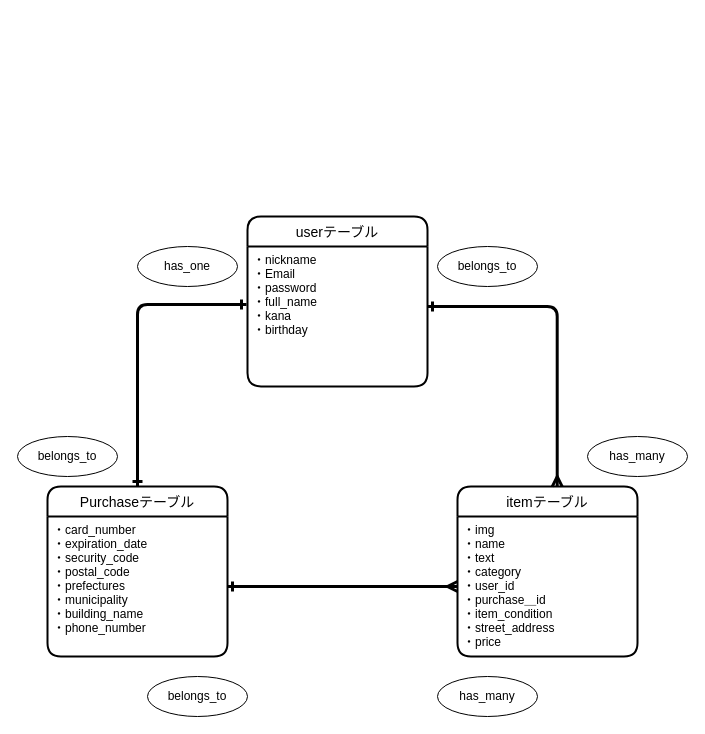
Above: app/controllers/test.dio in fisher1031/furima-34833 (draw.io), before the change. Source tidied: cells renumbered, new cells numbered last; positions are measured from the earlier drawing's top-left corner, leaving out a move shared by most shapes. Both pictures are drawn from the tidied source at 100%, with x=0, y=0 at pixel (17, 216).
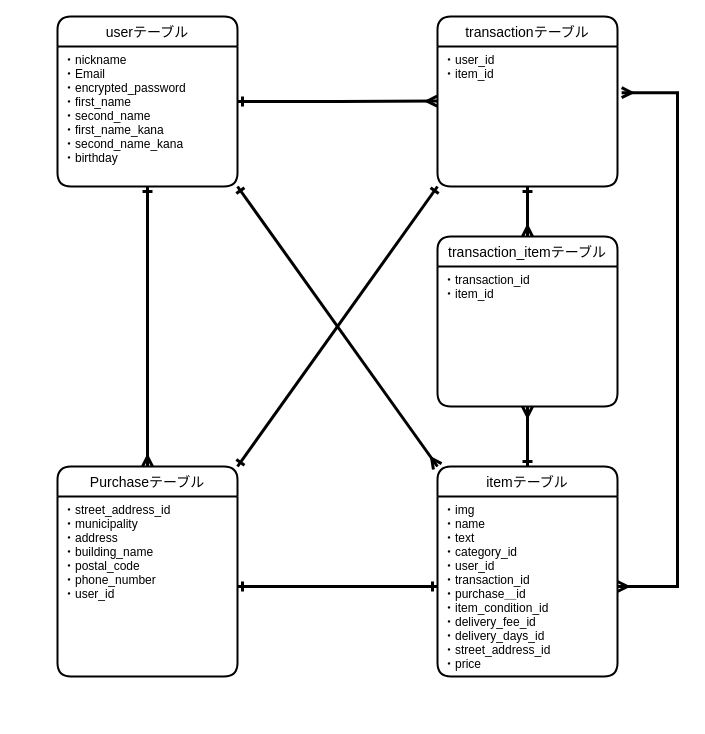
The same diagram, later.

Change to the diagram source:
```diff
@@
     <mxCell id="2" value="itemテーブル" style="swimlane;horizontal=1;startSize=30;rounded=1;fontSize=14;fontStyle=0;strokeWidth=2;shadow=0;dashed=0;align=center;" parent="1" vertex="1">
-      <mxGeometry x="440" y="270" width="180" height="170" as="geometry" />
+      <mxGeometry x="420" y="250" width="180" height="210" as="geometry" />
     </mxCell>
-    <mxCell id="3" value="・img&#10;・name&#10;・text&#10;・category&#10;・user_id&#10;・purchase＿id&#10;・item_condition&#10;・street_address&#10;・price" style="align=left;strokeColor=none;fillColor=none;spacingLeft=4;fontSize=12;verticalAlign=top;" parent="2" vertex="1">
-      <mxGeometry y="30" width="180" height="140" as="geometry" />
+    <mxCell id="3" value="・img&#10;・name&#10;・text&#10;・category_id&#10;・user_id&#10;・transaction_id&#10;・purchase＿id&#10;・item_condition_id&#10;・delivery_fee_id&#10;・delivery_days_id&#10;・street_address_id&#10;・price" style="align=left;strokeColor=none;fillColor=none;spacingLeft=4;fontSize=12;verticalAlign=top;" parent="2" vertex="1">
+      <mxGeometry y="30" width="180" height="180" as="geometry" />
     </mxCell>
-    <mxCell id="4" style="edgeStyle=orthogonalEdgeStyle;rounded=1;jumpSize=6;jettySize=auto;html=1;endArrow=ERone;endFill=0;strokeWidth=3;startArrow=ERone;startFill=0;" parent="1" edge="1" source="5">
-      <mxGeometry relative="1" as="geometry">
-        <mxPoint x="229" y="88" as="targetPoint" />
-        <Array as="points">
-          <mxPoint x="120" y="88" />
-        </Array>
-      </mxGeometry>
-    </mxCell>
+    <mxCell id="17" style="edgeStyle=none;rounded=0;jettySize=auto;html=1;exitX=1;exitY=0;exitDx=0;exitDy=0;entryX=0;entryY=1;entryDx=0;entryDy=0;startArrow=ERone;startFill=0;endArrow=ERone;endFill=0;strokeWidth=3;" parent="1" edge="1" source="5" target="8">
+      <mxGeometry relative="1" as="geometry" />
+    </mxCell>
     <mxCell id="5" value="Purchaseテーブル" style="swimlane;horizontal=1;startSize=30;rounded=1;fontSize=14;fontStyle=0;strokeWidth=2;shadow=0;dashed=0;align=center;" parent="1" vertex="1">
-      <mxGeometry x="30" y="270" width="180" height="170" as="geometry" />
+      <mxGeometry x="40" y="250" width="180" height="210" as="geometry" />
     </mxCell>
-    <mxCell id="6" value="・card_number&#10;・expiration_date&#10;・security_code&#10;・postal_code&#10;・prefectures&#10;・municipality&#10;・building_name&#10;・phone_number" style="align=left;strokeColor=none;fillColor=none;spacingLeft=4;fontSize=12;verticalAlign=top;" parent="5" vertex="1">
-      <mxGeometry y="30" width="180" height="140" as="geometry" />
+    <mxCell id="6" value="・street_address_id&#10;・municipality&#10;・address&#10;・building_name&#10;・postal_code &#10;・phone_number &#10;・user_id" style="align=left;strokeColor=none;fillColor=none;spacingLeft=4;fontSize=12;verticalAlign=top;" parent="5" vertex="1">
+      <mxGeometry y="30" width="180" height="180" as="geometry" />
     </mxCell>
-    <mxCell id="7" value="userテーブル" style="swimlane;horizontal=1;startSize=30;rounded=1;fontSize=14;fontStyle=0;strokeWidth=2;shadow=0;dashed=0;align=center;" parent="1" vertex="1">
-      <mxGeometry x="230" width="180" height="170" as="geometry" />
+    <mxCell id="7" value="transactionテーブル" style="swimlane;horizontal=1;startSize=30;rounded=1;fontSize=14;fontStyle=0;strokeWidth=2;shadow=0;dashed=0;align=center;" parent="1" vertex="1">
+      <mxGeometry x="420" y="-200" width="180" height="170" as="geometry" />
     </mxCell>
-    <mxCell id="8" value="・nickname&#10;・Email&#10;・password&#10;・full_name&#10;・kana&#10;・birthday" style="align=left;strokeColor=none;fillColor=none;spacingLeft=4;fontSize=12;verticalAlign=top;" parent="7" vertex="1">
+    <mxCell id="8" value="・user_id&#10;・item_id" style="align=left;strokeColor=none;fillColor=none;spacingLeft=4;fontSize=12;verticalAlign=top;" parent="7" vertex="1">
       <mxGeometry y="30" width="180" height="140" as="geometry" />
     </mxCell>
-    <mxCell id="9" style="edgeStyle=orthogonalEdgeStyle;rounded=1;jumpSize=6;jettySize=auto;html=1;endArrow=ERmany;endFill=0;strokeWidth=3;entryX=0.554;entryY=0.001;entryDx=0;entryDy=0;entryPerimeter=0;startArrow=ERone;startFill=0;" parent="1" edge="1" source="8" target="2">
-      <mxGeometry relative="1" as="geometry">
-        <Array as="points">
-          <mxPoint x="540" y="90" />
-        </Array>
-      </mxGeometry>
-    </mxCell>
-    <mxCell id="10" style="edgeStyle=orthogonalEdgeStyle;rounded=1;jumpSize=6;jettySize=auto;html=1;endArrow=ERmany;endFill=0;strokeWidth=3;entryX=0;entryY=0.5;entryDx=0;entryDy=0;startArrow=ERone;startFill=0;" parent="1" edge="1" source="6" target="3">
+    <mxCell id="10" style="edgeStyle=orthogonalEdgeStyle;rounded=1;jumpSize=6;jettySize=auto;html=1;endArrow=ERone;endFill=0;strokeWidth=3;entryX=0;entryY=0.5;entryDx=0;entryDy=0;startArrow=ERone;startFill=0;" parent="1" edge="1" source="6" target="3">
       <mxGeometry relative="1" as="geometry" />
     </mxCell>
+    <mxCell id="15" style="edgeStyle=orthogonalEdgeStyle;rounded=0;jettySize=auto;html=1;entryX=-0.002;entryY=0.39;entryDx=0;entryDy=0;entryPerimeter=0;strokeWidth=3;endArrow=ERmany;endFill=0;startArrow=ERone;startFill=0;" parent="1" edge="1" source="11" target="8">
+      <mxGeometry relative="1" as="geometry" />
+    </mxCell>
-    <mxCell id="11" value="has_one" style="ellipse;whiteSpace=wrap;html=1;align=center;" parent="1" vertex="1">
-      <mxGeometry x="120" y="30" width="100" height="40" as="geometry" />
+    <mxCell id="11" value="userテーブル" style="swimlane;horizontal=1;startSize=30;rounded=1;fontSize=14;fontStyle=0;strokeWidth=2;shadow=0;dashed=0;align=center;" parent="1" vertex="1">
+      <mxGeometry x="40" y="-200" width="180" height="170" as="geometry" />
     </mxCell>
-    <mxCell id="12" value="belongs_to" style="ellipse;whiteSpace=wrap;html=1;align=center;" parent="1" vertex="1">
-      <mxGeometry y="220" width="100" height="40" as="geometry" />
+    <mxCell id="12" value="・nickname&#10;・Email&#10;・encrypted_password&#10;・first_name&#10;・second_name&#10;・first_name_kana&#10;・second_name_kana&#10;・birthday" style="align=left;strokeColor=none;fillColor=none;spacingLeft=4;fontSize=12;verticalAlign=top;" parent="11" vertex="1">
+      <mxGeometry y="30" width="180" height="140" as="geometry" />
     </mxCell>
-    <mxCell id="13" value="belongs_to" style="ellipse;whiteSpace=wrap;html=1;align=center;" parent="1" vertex="1">
-      <mxGeometry x="130" y="460" width="100" height="40" as="geometry" />
-    </mxCell>
-    <mxCell id="14" value="has_many" style="ellipse;whiteSpace=wrap;html=1;align=center;" parent="1" vertex="1">
-      <mxGeometry x="420" y="460" width="100" height="40" as="geometry" />
-    </mxCell>
-    <mxCell id="15" value="has_many" style="ellipse;whiteSpace=wrap;html=1;align=center;" parent="1" vertex="1">
-      <mxGeometry x="570" y="220" width="100" height="40" as="geometry" />
-    </mxCell>
-    <mxCell id="16" value="belongs_to" style="ellipse;whiteSpace=wrap;html=1;align=center;" parent="1" vertex="1">
-      <mxGeometry x="420" y="30" width="100" height="40" as="geometry" />
-    </mxCell>
+    <mxCell id="18" style="edgeStyle=orthogonalEdgeStyle;rounded=0;jettySize=auto;html=1;entryX=0.5;entryY=0;entryDx=0;entryDy=0;startArrow=ERone;startFill=0;endArrow=ERmany;endFill=0;strokeWidth=3;" parent="1" edge="1" source="12" target="5">
+      <mxGeometry relative="1" as="geometry" />
+    </mxCell>
+    <mxCell id="19" style="rounded=0;jettySize=auto;html=1;exitX=1;exitY=1;exitDx=0;exitDy=0;entryX=0;entryY=0;entryDx=0;entryDy=0;startArrow=ERone;startFill=0;endArrow=ERmany;endFill=0;strokeWidth=3;" parent="1" edge="1" source="12" target="2">
+      <mxGeometry relative="1" as="geometry" />
+    </mxCell>
+    <mxCell id="20" value="transaction_itemテーブル" style="swimlane;horizontal=1;startSize=30;rounded=1;fontSize=14;fontStyle=0;strokeWidth=2;shadow=0;dashed=0;align=center;" parent="1" vertex="1">
+      <mxGeometry x="420" y="20" width="180" height="170" as="geometry" />
+    </mxCell>
+    <mxCell id="21" value="・transaction_id&#10;・item_id" style="align=left;strokeColor=none;fillColor=none;spacingLeft=4;fontSize=12;verticalAlign=top;" parent="20" vertex="1">
+      <mxGeometry y="30" width="180" height="140" as="geometry" />
+    </mxCell>
+    <mxCell id="22" style="edgeStyle=elbowEdgeStyle;rounded=0;jettySize=auto;html=1;startArrow=ERmany;startFill=0;endArrow=ERmany;endFill=0;strokeWidth=3;entryX=1.023;entryY=0.33;entryDx=0;entryDy=0;entryPerimeter=0;" parent="1" edge="1" source="3" target="8">
+      <mxGeometry relative="1" as="geometry">
+        <Array as="points">
+          <mxPoint x="660" y="120" />
+        </Array>
+      </mxGeometry>
+    </mxCell>
+    <mxCell id="23" style="edgeStyle=elbowEdgeStyle;rounded=0;jettySize=auto;html=1;entryX=0.5;entryY=0;entryDx=0;entryDy=0;startArrow=ERone;startFill=0;endArrow=ERmany;endFill=0;strokeWidth=3;" parent="1" edge="1" source="8" target="20">
+      <mxGeometry relative="1" as="geometry" />
+    </mxCell>
+    <mxCell id="24" style="edgeStyle=elbowEdgeStyle;rounded=0;jettySize=auto;html=1;entryX=0.5;entryY=0;entryDx=0;entryDy=0;startArrow=ERmany;startFill=0;endArrow=ERone;endFill=0;strokeWidth=3;" parent="1" edge="1" source="21" target="2">
+      <mxGeometry relative="1" as="geometry" />
+    </mxCell>
```
